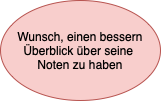
Before: Beschreibung_Semesterarbeit.drawio.png, a diagram exported from draw.io (luklehm/prog2). Source tidied: cells renumbered, new cells last; positions are measured from the earlier drawing's top-left corner, leaving out a move shared by most shapes.
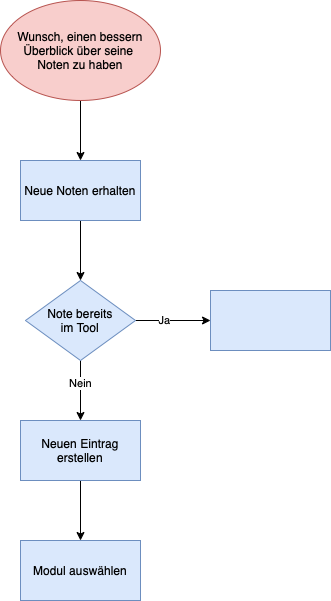
After the change.

Change to the diagram source:
```diff
@@ -2,8 +2,44 @@
   <root>
     <mxCell id="0" />
     <mxCell id="1" parent="0" />
+    <mxCell id="3" style="edgeStyle=orthogonalEdgeStyle;rounded=0;jettySize=auto;html=1;" parent="1" edge="1" source="2" target="5">
+      <mxGeometry relative="1" as="geometry" />
+    </mxCell>
     <mxCell id="2" value="Wunsch, einen bessern Überblick über seine &lt;br&gt;Noten zu haben" style="ellipse;whiteSpace=wrap;html=1;fillColor=#f8cecc;strokeColor=#b85450;" parent="1" vertex="1">
       <mxGeometry width="160" height="100" as="geometry" />
     </mxCell>
+    <mxCell id="4" style="edgeStyle=orthogonalEdgeStyle;rounded=0;jettySize=auto;html=1;" parent="1" edge="1" source="5" target="10">
+      <mxGeometry relative="1" as="geometry" />
+    </mxCell>
+    <mxCell id="5" value="Neue Noten erhalten" style="whiteSpace=wrap;html=1;fillColor=#dae8fc;strokeColor=#6c8ebf;" parent="1" vertex="1">
+      <mxGeometry x="20" y="160" width="120" height="60" as="geometry" />
+    </mxCell>
+    <mxCell id="6" style="edgeStyle=orthogonalEdgeStyle;rounded=0;jettySize=auto;html=1;" parent="1" edge="1" source="10" target="11">
+      <mxGeometry relative="1" as="geometry" />
+    </mxCell>
+    <mxCell id="7" value="Ja" style="edgeLabel;html=1;align=center;verticalAlign=middle;" parent="6" vertex="1">
+      <mxGeometry x="-0.25" y="1" relative="1" as="geometry" />
+    </mxCell>
+    <mxCell id="8" style="edgeStyle=orthogonalEdgeStyle;rounded=0;jettySize=auto;html=1;" parent="1" edge="1" source="10" target="13">
+      <mxGeometry relative="1" as="geometry" />
+    </mxCell>
+    <mxCell id="9" value="Nein" style="edgeLabel;html=1;align=center;verticalAlign=middle;" parent="8" vertex="1">
+      <mxGeometry x="-0.27" y="-1" relative="1" as="geometry" />
+    </mxCell>
+    <mxCell id="10" value="Note bereits &lt;br&gt;im Tool" style="rhombus;whiteSpace=wrap;html=1;fillColor=#dae8fc;strokeColor=#6c8ebf;" parent="1" vertex="1">
+      <mxGeometry x="25" y="280" width="110" height="80" as="geometry" />
+    </mxCell>
+    <mxCell id="11" style="whiteSpace=wrap;html=1;fillColor=#dae8fc;strokeColor=#6c8ebf;" parent="1" vertex="1">
+      <mxGeometry x="210" y="290" width="120" height="60" as="geometry" />
+    </mxCell>
+    <mxCell id="12" style="edgeStyle=orthogonalEdgeStyle;rounded=0;jettySize=auto;html=1;" parent="1" edge="1" source="13" target="14">
+      <mxGeometry relative="1" as="geometry" />
+    </mxCell>
+    <mxCell id="13" value="Neuen Eintrag erstellen" style="whiteSpace=wrap;html=1;fillColor=#dae8fc;strokeColor=#6c8ebf;" parent="1" vertex="1">
+      <mxGeometry x="20" y="420" width="120" height="60" as="geometry" />
+    </mxCell>
+    <mxCell id="14" value="Modul auswählen" style="whiteSpace=wrap;html=1;fillColor=#dae8fc;strokeColor=#6c8ebf;" parent="1" vertex="1">
+      <mxGeometry x="20" y="540" width="120" height="60" as="geometry" />
+    </mxCell>
   </root>
 </mxGraphModel>
```
